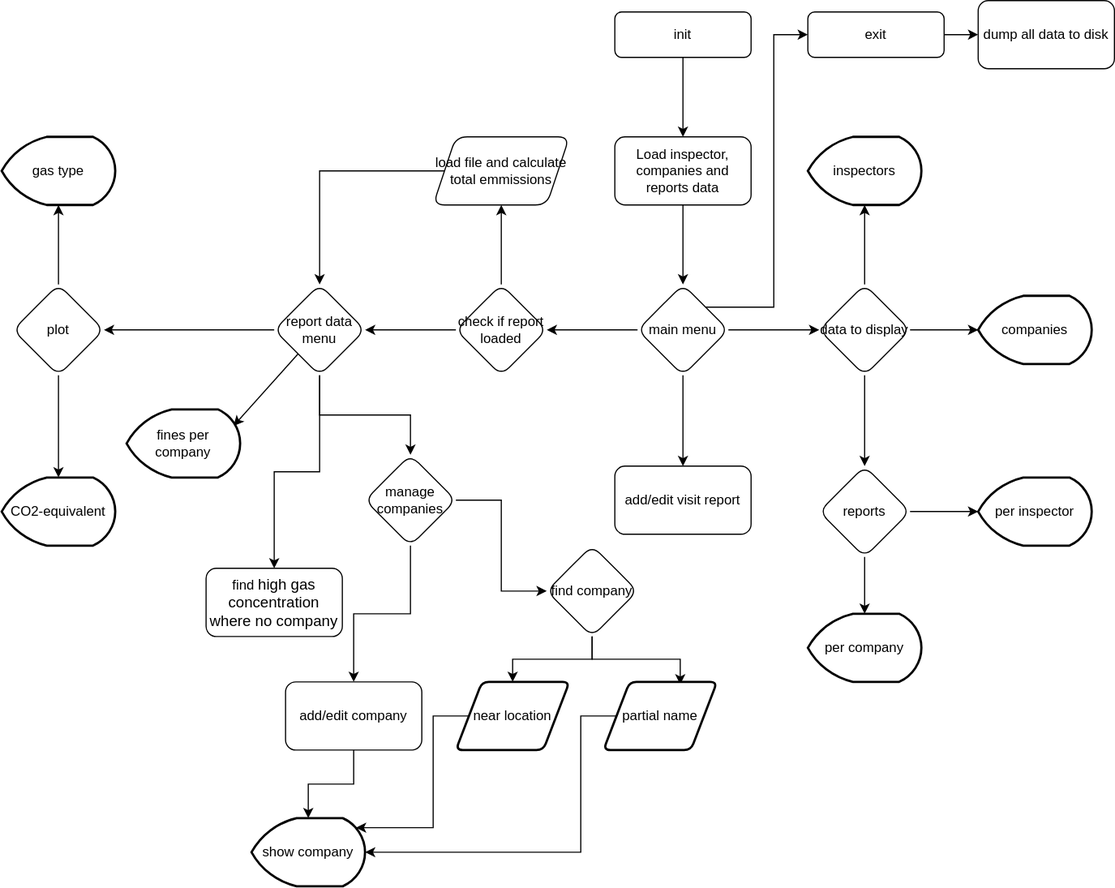
This is flow charts/menu-flow.svg from school-X-rays5/novi-python-eindopdracht, a draw.io export, as it was before one commit. Source tidied: cells renumbered, new cells last; positions are measured from the earlier drawing's top-left corner, leaving out a move shared by most shapes.
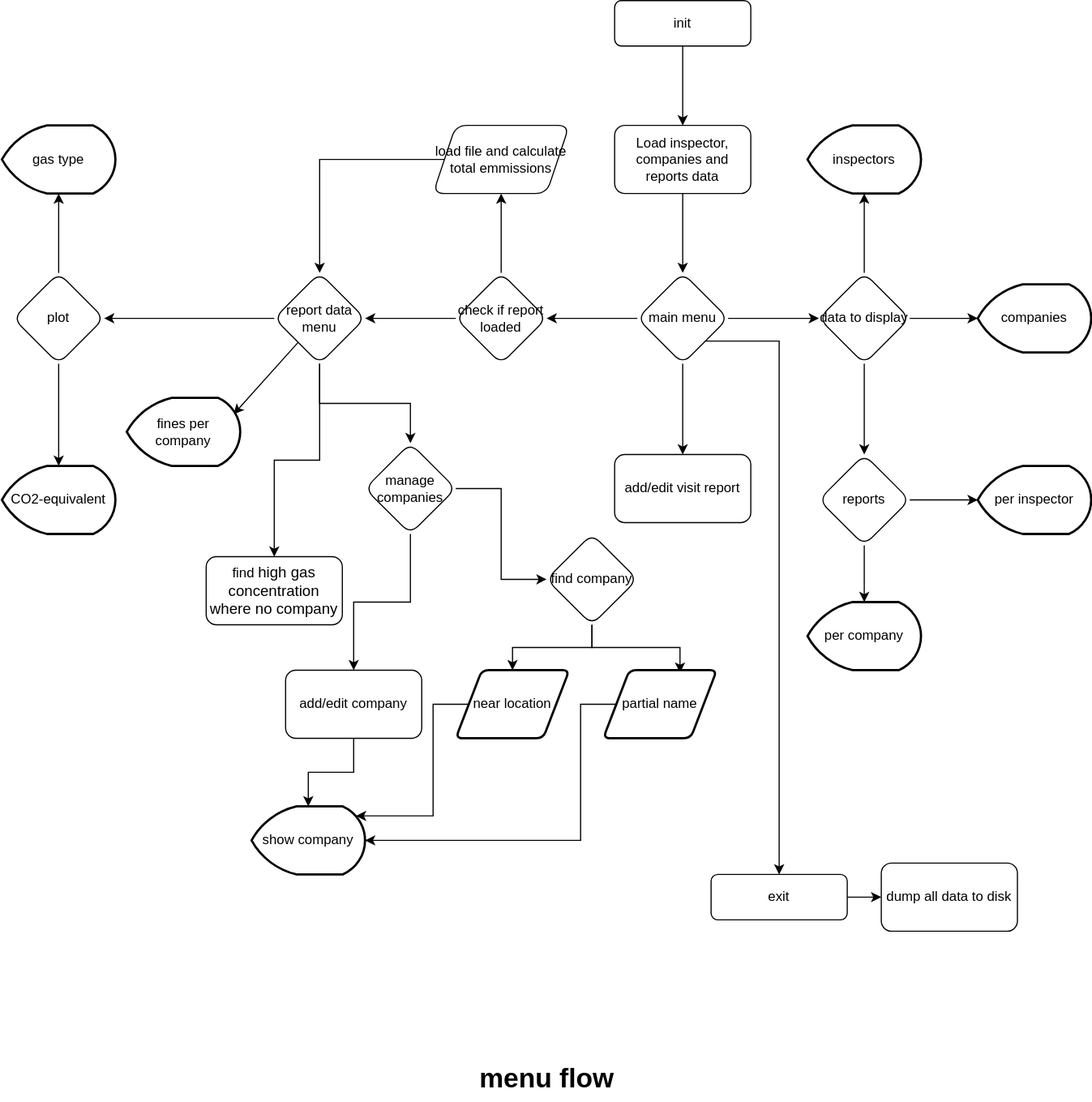
The same diagram one commit later.

Commit message:
update flow charts

The edit, as a diff of the source:
```diff
@@ -23,11 +23,10 @@
     <mxCell id="8" style="edgeStyle=orthogonalEdgeStyle;rounded=0;jettySize=auto;html=1;" parent="1" edge="1" source="10" target="52">
       <mxGeometry relative="1" as="geometry" />
     </mxCell>
-    <mxCell id="9" style="edgeStyle=orthogonalEdgeStyle;rounded=0;jettySize=auto;html=1;exitX=1;exitY=0;exitDx=0;exitDy=0;entryX=0;entryY=0.5;entryDx=0;entryDy=0;" parent="1" edge="1" source="10" target="54">
+    <mxCell id="9" style="edgeStyle=orthogonalEdgeStyle;rounded=0;jettySize=auto;html=1;exitX=1;exitY=1;exitDx=0;exitDy=0;entryX=0.5;entryY=0;entryDx=0;entryDy=0;" parent="1" edge="1" source="10" target="54">
       <mxGeometry relative="1" as="geometry">
         <Array as="points">
-          <mxPoint x="680" y="270" />
-          <mxPoint x="680" y="30" />
+          <mxPoint x="685" y="310" />
         </Array>
       </mxGeometry>
     </mxCell>
@@ -174,10 +173,13 @@
       <mxGeometry relative="1" as="geometry" />
     </mxCell>
     <mxCell id="54" value="exit" style="rounded=1;whiteSpace=wrap;html=1;fontSize=12;glass=0;strokeWidth=1;shadow=0;" parent="1" vertex="1">
-      <mxGeometry x="710" y="10" width="120" height="40" as="geometry" />
+      <mxGeometry x="625" y="780" width="120" height="40" as="geometry" />
     </mxCell>
     <mxCell id="55" value="dump all data to disk" style="whiteSpace=wrap;html=1;rounded=1;glass=0;strokeWidth=1;shadow=0;" parent="1" vertex="1">
-      <mxGeometry x="860" width="120" height="60" as="geometry" />
+      <mxGeometry x="775" y="770" width="120" height="60" as="geometry" />
     </mxCell>
+    <mxCell id="56" value="menu flow" style="text;strokeColor=none;fillColor=none;html=1;fontSize=24;fontStyle=1;verticalAlign=middle;align=center;" parent="1" vertex="1">
+      <mxGeometry x="430" y="940" width="100" height="40" as="geometry" />
+    </mxCell>
   </root>
 </mxGraphModel>
```
